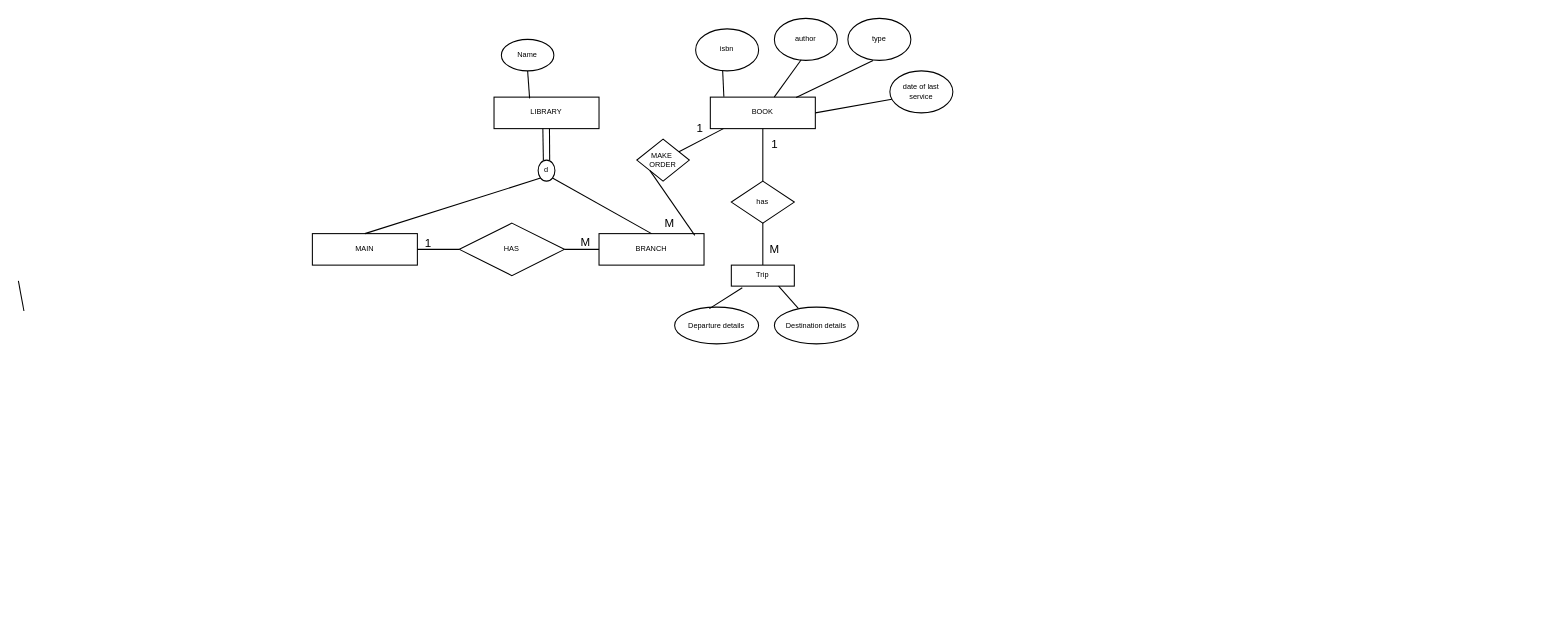
Earlier version of the draw.io diagram page "Q3-CHEN" (9 of 9) of DBDESIGN-ASS1.drawio (nurezzajeslin/week3). Source tidied: cells renumbered, new cells numbered last; positions are measured from the earlier drawing's top-left corner, leaving out a move shared by most shapes. Both pictures are drawn from the tidied source at 105%, with x=0, y=0 at pixel (18, 18).
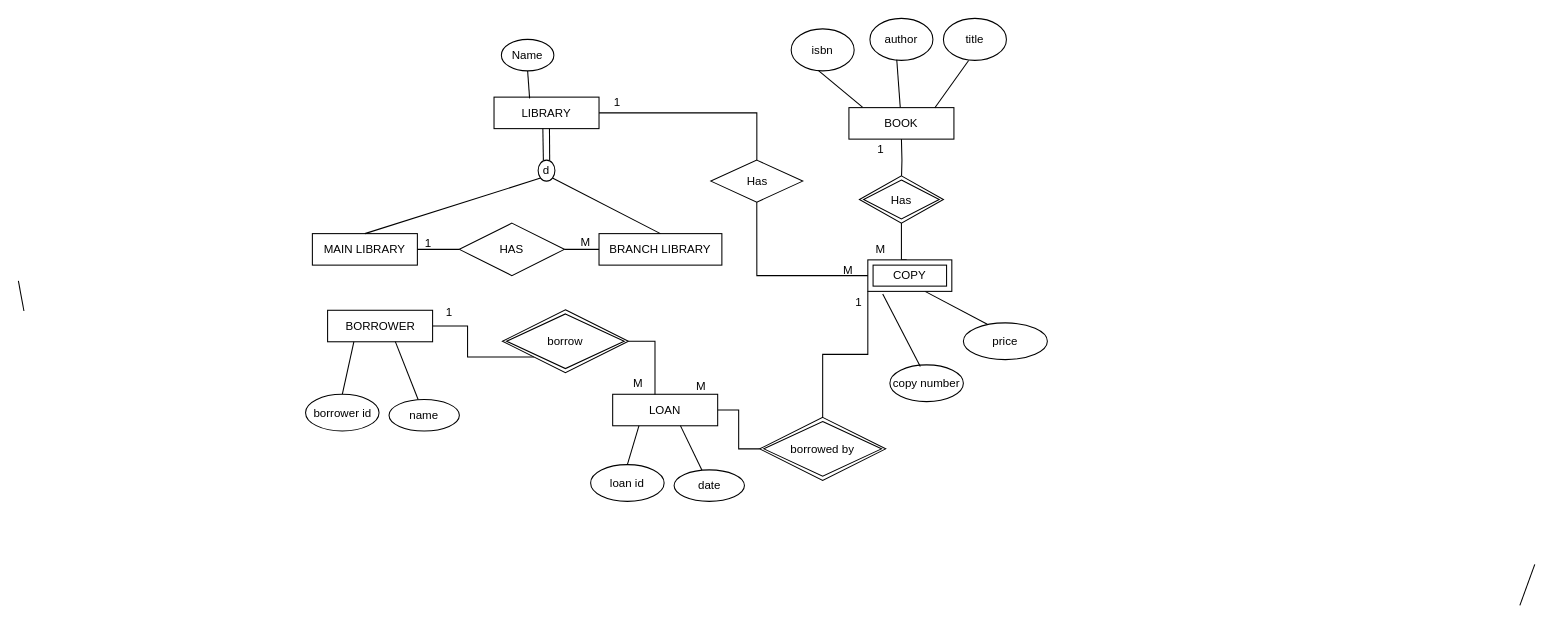
After the change.

The edit, as a diff of the source:
```diff
@@
+    <mxCell id="42" style="edgeStyle=orthogonalEdgeStyle;rounded=0;jettySize=auto;html=1;exitX=1;exitY=0.5;exitDx=0;exitDy=0;fontSize=11;startArrow=none;startFill=0;endArrow=none;endFill=0;" parent="1" edge="1" source="2" target="61">
+      <mxGeometry relative="1" as="geometry" />
+    </mxCell>
-    <mxCell id="2" value="LIBRARY" style="whiteSpace=wrap;html=1;align=center;fontSize=7;strokeWidth=1;" parent="1" vertex="1">
+    <mxCell id="2" value="LIBRARY" style="whiteSpace=wrap;html=1;align=center;fontSize=11;strokeWidth=1;" parent="1" vertex="1">
       <mxGeometry x="453" y="75" width="100" height="30" as="geometry" />
     </mxCell>
-    <mxCell id="3" value="MAIN" style="whiteSpace=wrap;html=1;align=center;fontSize=7;strokeWidth=1;" parent="1" vertex="1">
+    <mxCell id="3" value="MAIN LIBRARY" style="whiteSpace=wrap;html=1;align=center;fontSize=11;strokeWidth=1;" parent="1" vertex="1">
       <mxGeometry x="280" y="205" width="100" height="30" as="geometry" />
     </mxCell>
-    <mxCell id="4" value="BRANCH" style="whiteSpace=wrap;html=1;align=center;fontSize=7;strokeWidth=1;" parent="1" vertex="1">
-      <mxGeometry x="553" y="205" width="100" height="30" as="geometry" />
+    <mxCell id="4" value="BRANCH LIBRARY" style="whiteSpace=wrap;html=1;align=center;fontSize=11;strokeWidth=1;" parent="1" vertex="1">
+      <mxGeometry x="553" y="205" width="117" height="30" as="geometry" />
     </mxCell>
-    <mxCell id="5" style="endArrow=none;html=1;rounded=0;fontSize=7;" parent="1" edge="1">
+    <mxCell id="5" style="endArrow=none;html=1;rounded=0;fontSize=11;" parent="1" edge="1">
       <mxGeometry relative="1" as="geometry">
         <mxPoint x="499.5" y="105" as="sourcePoint" />
         <mxPoint x="500" y="135" as="targetPoint" />
       </mxGeometry>
     </mxCell>
-    <mxCell id="6" style="endArrow=none;html=1;rounded=0;fontSize=7;" parent="1" edge="1">
+    <mxCell id="6" style="endArrow=none;html=1;rounded=0;fontSize=11;" parent="1" edge="1">
       <mxGeometry relative="1" as="geometry">
         <mxPoint x="505.8" y="105" as="sourcePoint" />
         <mxPoint x="506" y="135" as="targetPoint" />
         <Array as="points">
           <mxPoint x="506.2" y="105" />
         </Array>
       </mxGeometry>
     </mxCell>
-    <mxCell id="7" value="d" style="ellipse;whiteSpace=wrap;html=1;align=center;fontSize=7;strokeWidth=1;" parent="1" vertex="1">
+    <mxCell id="7" value="d" style="ellipse;whiteSpace=wrap;html=1;align=center;fontSize=11;strokeWidth=1;" parent="1" vertex="1">
       <mxGeometry x="495" y="135" width="16" height="20" as="geometry" />
     </mxCell>
-    <mxCell id="8" style="endArrow=none;html=1;rounded=0;fontSize=7;entryX=0;entryY=1;entryDx=0;entryDy=0;exitX=0.5;exitY=0;exitDx=0;exitDy=0;" parent="1" edge="1" source="3" target="7">
+    <mxCell id="8" style="endArrow=none;html=1;rounded=0;fontSize=11;entryX=0;entryY=1;entryDx=0;entryDy=0;exitX=0.5;exitY=0;exitDx=0;exitDy=0;" parent="1" edge="1" source="3" target="7">
       <mxGeometry relative="1" as="geometry" />
     </mxCell>
-    <mxCell id="9" style="endArrow=none;html=1;rounded=0;fontSize=7;entryX=1;entryY=1;entryDx=0;entryDy=0;exitX=0.5;exitY=0;exitDx=0;exitDy=0;" parent="1" edge="1" source="4" target="7">
+    <mxCell id="9" style="endArrow=none;html=1;rounded=0;fontSize=11;entryX=1;entryY=1;entryDx=0;entryDy=0;exitX=0.5;exitY=0;exitDx=0;exitDy=0;" parent="1" edge="1" source="4" target="7">
       <mxGeometry relative="1" as="geometry" />
     </mxCell>
-    <mxCell id="10" value="BOOK" style="whiteSpace=wrap;html=1;align=center;fontSize=7;strokeWidth=1;" parent="1" vertex="1">
-      <mxGeometry x="659" y="75" width="100" height="30" as="geometry" />
+    <mxCell id="10" value="BOOK" style="whiteSpace=wrap;html=1;align=center;fontSize=11;strokeWidth=1;" parent="1" vertex="1">
+      <mxGeometry x="791" y="85" width="100" height="30" as="geometry" />
     </mxCell>
-    <mxCell id="11" value="isbn" style="ellipse;whiteSpace=wrap;html=1;align=center;fontSize=7;strokeWidth=1;" parent="1" vertex="1">
-      <mxGeometry x="645" y="10" width="60" height="40" as="geometry" />
+    <mxCell id="11" value="isbn" style="ellipse;whiteSpace=wrap;html=1;align=center;fontSize=11;strokeWidth=1;" parent="1" vertex="1">
+      <mxGeometry x="736" y="10" width="60" height="40" as="geometry" />
     </mxCell>
-    <mxCell id="12" value="author" style="ellipse;whiteSpace=wrap;html=1;align=center;fontSize=7;strokeWidth=1;" parent="1" vertex="1">
-      <mxGeometry x="720" width="60" height="40" as="geometry" />
+    <mxCell id="12" value="author" style="ellipse;whiteSpace=wrap;html=1;align=center;fontSize=11;strokeWidth=1;" parent="1" vertex="1">
+      <mxGeometry x="811" width="60" height="40" as="geometry" />
     </mxCell>
-    <mxCell id="13" style="endArrow=none;html=1;rounded=0;fontSize=7;exitX=0.339;exitY=0.04;exitDx=0;exitDy=0;exitPerimeter=0;entryX=0.5;entryY=1;entryDx=0;entryDy=0;" parent="1" edge="1" source="2" target="14">
+    <mxCell id="13" style="endArrow=none;html=1;rounded=0;fontSize=11;exitX=0.339;exitY=0.04;exitDx=0;exitDy=0;exitPerimeter=0;entryX=0.5;entryY=1;entryDx=0;entryDy=0;" parent="1" edge="1" source="2" target="14">
       <mxGeometry relative="1" as="geometry" />
     </mxCell>
-    <mxCell id="14" value="&lt;font style=&quot;font-size: 7px&quot;&gt;Name&lt;/font&gt;" style="ellipse;whiteSpace=wrap;html=1;align=center;fontSize=7;strokeWidth=1;" parent="1" vertex="1">
+    <mxCell id="14" value="&lt;font style=&quot;font-size: 11px;&quot;&gt;Name&lt;/font&gt;" style="ellipse;whiteSpace=wrap;html=1;align=center;fontSize=11;strokeWidth=1;" parent="1" vertex="1">
       <mxGeometry x="460" y="20" width="50" height="30" as="geometry" />
     </mxCell>
-    <mxCell id="15" style="edgeStyle=orthogonalEdgeStyle;rounded=0;jettySize=auto;html=1;fontSize=7;startArrow=none;startFill=0;endArrow=none;endFill=0;" parent="1" edge="1" source="17" target="3">
+    <mxCell id="15" style="edgeStyle=orthogonalEdgeStyle;rounded=0;jettySize=auto;html=1;fontSize=11;startArrow=none;startFill=0;endArrow=none;endFill=0;" parent="1" edge="1" source="17" target="3">
       <mxGeometry relative="1" as="geometry" />
     </mxCell>
-    <mxCell id="16" style="edgeStyle=orthogonalEdgeStyle;rounded=0;jettySize=auto;html=1;fontSize=7;startArrow=none;startFill=0;endArrow=none;endFill=0;" parent="1" edge="1" source="17" target="4">
+    <mxCell id="16" style="edgeStyle=orthogonalEdgeStyle;rounded=0;jettySize=auto;html=1;fontSize=11;startArrow=none;startFill=0;endArrow=none;endFill=0;" parent="1" edge="1" source="17" target="4">
       <mxGeometry relative="1" as="geometry" />
     </mxCell>
-    <mxCell id="17" value="HAS" style="shape=rhombus;perimeter=rhombusPerimeter;whiteSpace=wrap;html=1;align=center;fontSize=7;strokeWidth=1;" parent="1" vertex="1">
+    <mxCell id="17" value="HAS" style="shape=rhombus;perimeter=rhombusPerimeter;whiteSpace=wrap;html=1;align=center;fontSize=11;strokeWidth=1;" parent="1" vertex="1">
       <mxGeometry x="420" y="195" width="100" height="50" as="geometry" />
     </mxCell>
-    <mxCell id="18" style="endArrow=none;html=1;rounded=0;fontSize=7;entryX=0.437;entryY=1.048;entryDx=0;entryDy=0;entryPerimeter=0;" parent="1" edge="1">
+    <mxCell id="18" style="endArrow=none;html=1;rounded=0;fontSize=11;entryX=0.437;entryY=1.048;entryDx=0;entryDy=0;entryPerimeter=0;" parent="1" edge="1">
       <mxGeometry relative="1" as="geometry">
         <mxPoint x="5.3" y="278.7" as="sourcePoint" />
         <mxPoint y="250" as="targetPoint" />
       </mxGeometry>
     </mxCell>
-    <mxCell id="19" style="endArrow=none;html=1;rounded=0;fontSize=7;entryX=0.129;entryY=-0.015;entryDx=0;entryDy=0;entryPerimeter=0;exitX=0.429;exitY=0.99;exitDx=0;exitDy=0;exitPerimeter=0;" parent="1" edge="1" source="11" target="10">
+    <mxCell id="19" style="endArrow=none;html=1;rounded=0;fontSize=11;entryX=0.129;entryY=-0.015;entryDx=0;entryDy=0;entryPerimeter=0;exitX=0.429;exitY=0.99;exitDx=0;exitDy=0;exitPerimeter=0;" parent="1" edge="1" source="11" target="10">
       <mxGeometry relative="1" as="geometry" />
     </mxCell>
-    <mxCell id="20" style="endArrow=none;html=1;rounded=0;fontSize=7;entryX=0.426;entryY=0.986;entryDx=0;entryDy=0;entryPerimeter=0;" parent="1" edge="1" source="10" target="12">
+    <mxCell id="20" style="endArrow=none;html=1;rounded=0;fontSize=11;entryX=0.426;entryY=0.986;entryDx=0;entryDy=0;entryPerimeter=0;" parent="1" edge="1" source="10" target="12">
       <mxGeometry relative="1" as="geometry" />
     </mxCell>
-    <mxCell id="21" style="endArrow=none;html=1;rounded=0;fontSize=7;exitX=0.817;exitY=0.013;exitDx=0;exitDy=0;exitPerimeter=0;entryX=0.4;entryY=1.003;entryDx=0;entryDy=0;entryPerimeter=0;" parent="1" edge="1" source="10" target="22">
+    <mxCell id="21" style="endArrow=none;html=1;rounded=0;fontSize=11;exitX=0.817;exitY=0.013;exitDx=0;exitDy=0;exitPerimeter=0;entryX=0.4;entryY=1.003;entryDx=0;entryDy=0;entryPerimeter=0;" parent="1" edge="1" source="10" target="22">
       <mxGeometry relative="1" as="geometry" />
     </mxCell>
-    <mxCell id="22" value="type" style="ellipse;whiteSpace=wrap;html=1;align=center;fontSize=7;strokeWidth=1;" parent="1" vertex="1">
-      <mxGeometry x="790" width="60" height="40" as="geometry" />
+    <mxCell id="22" value="title" style="ellipse;whiteSpace=wrap;html=1;align=center;fontSize=11;strokeWidth=1;" parent="1" vertex="1">
+      <mxGeometry x="881" width="60" height="40" as="geometry" />
     </mxCell>
-    <mxCell id="23" style="endArrow=none;html=1;rounded=0;fontSize=7;exitX=1;exitY=0.5;exitDx=0;exitDy=0;entryX=0.031;entryY=0.674;entryDx=0;entryDy=0;entryPerimeter=0;" parent="1" edge="1" source="10" target="24">
-      <mxGeometry relative="1" as="geometry" />
-    </mxCell>
-    <mxCell id="24" value="date of last service" style="ellipse;whiteSpace=wrap;html=1;align=center;fontSize=7;strokeWidth=1;" parent="1" vertex="1">
-      <mxGeometry x="830" y="50" width="60" height="40" as="geometry" />
-    </mxCell>
-    <mxCell id="25" value="MAKE&amp;nbsp;&lt;br&gt;ORDER" style="shape=rhombus;perimeter=rhombusPerimeter;whiteSpace=wrap;html=1;align=center;fontSize=7;strokeWidth=1;" parent="1" vertex="1">
-      <mxGeometry x="589" y="115" width="50" height="40" as="geometry" />
-    </mxCell>
-    <mxCell id="26" style="endArrow=none;html=1;rounded=0;fontSize=7;entryX=0;entryY=1;entryDx=0;entryDy=0;exitX=0.912;exitY=0.054;exitDx=0;exitDy=0;startArrow=none;startFill=0;exitPerimeter=0;" parent="1" edge="1" source="4" target="25">
-      <mxGeometry relative="1" as="geometry" />
-    </mxCell>
-    <mxCell id="27" style="edgeStyle=orthogonalEdgeStyle;rounded=0;jettySize=auto;html=1;fontSize=7;startArrow=none;startFill=0;endArrow=none;endFill=0;" parent="1" edge="1" source="28" target="10">
-      <mxGeometry relative="1" as="geometry" />
+    <mxCell id="27" style="edgeStyle=orthogonalEdgeStyle;rounded=0;jettySize=auto;html=1;fontSize=11;startArrow=none;startFill=0;endArrow=none;endFill=0;" parent="1" edge="1" target="10">
+      <mxGeometry relative="1" as="geometry">
+        <mxPoint x="841" y="155" as="sourcePoint" />
+      </mxGeometry>
     </mxCell>
-    <mxCell id="28" value="has" style="shape=rhombus;perimeter=rhombusPerimeter;whiteSpace=wrap;html=1;align=center;fontSize=7;strokeWidth=1;" parent="1" vertex="1">
-      <mxGeometry x="679" y="155" width="60" height="40" as="geometry" />
-    </mxCell>
-    <mxCell id="29" value="Departure details" style="ellipse;whiteSpace=wrap;html=1;fontSize=7;strokeWidth=1;" parent="1" vertex="1">
-      <mxGeometry x="625" y="275" width="80" height="35" as="geometry" />
+    <mxCell id="29" value="copy number" style="ellipse;whiteSpace=wrap;html=1;fontSize=11;strokeWidth=1;" parent="1" vertex="1">
+      <mxGeometry x="830" y="330" width="70" height="35" as="geometry" />
     </mxCell>
-    <mxCell id="30" value="Destination details" style="ellipse;whiteSpace=wrap;html=1;fontSize=7;strokeWidth=1;" parent="1" vertex="1">
-      <mxGeometry x="720" y="275" width="80" height="35" as="geometry" />
+    <mxCell id="30" value="price" style="ellipse;whiteSpace=wrap;html=1;fontSize=11;strokeWidth=1;" parent="1" vertex="1">
+      <mxGeometry x="900" y="290" width="80" height="35" as="geometry" />
     </mxCell>
-    <mxCell id="31" style="endArrow=none;html=1;rounded=0;fontSize=7;exitX=0.414;exitY=0.041;exitDx=0;exitDy=0;exitPerimeter=0;entryX=0.174;entryY=1.079;entryDx=0;entryDy=0;entryPerimeter=0;" parent="1" edge="1" source="29" target="33">
-      <mxGeometry relative="1" as="geometry" />
+    <mxCell id="31" style="endArrow=none;html=1;rounded=0;fontSize=11;exitX=0.414;exitY=0.041;exitDx=0;exitDy=0;exitPerimeter=0;entryX=0.174;entryY=1.079;entryDx=0;entryDy=0;entryPerimeter=0;" parent="1" edge="1" source="29">
+      <mxGeometry relative="1" as="geometry">
+        <mxPoint x="823.2" y="262.4" as="targetPoint" />
+      </mxGeometry>
     </mxCell>
-    <mxCell id="32" style="edgeStyle=orthogonalEdgeStyle;rounded=0;jettySize=auto;html=1;fontSize=7;startArrow=none;startFill=0;endArrow=none;endFill=0;exitX=0.5;exitY=0;exitDx=0;exitDy=0;entryX=0.5;entryY=1;entryDx=0;entryDy=0;" parent="1" edge="1" source="33" target="28">
-      <mxGeometry relative="1" as="geometry" />
+    <mxCell id="32" style="edgeStyle=orthogonalEdgeStyle;rounded=0;orthogonalLoop=1;jettySize=auto;html=1;fontSize=11;startArrow=none;startFill=0;endArrow=none;endFill=0;exitX=0.5;exitY=0;exitDx=0;exitDy=0;entryX=0.5;entryY=1;entryDx=0;entryDy=0;" parent="1" edge="1">
+      <mxGeometry relative="1" as="geometry">
+        <mxPoint x="846" y="230" as="sourcePoint" />
+        <mxPoint x="841" y="195" as="targetPoint" />
+      </mxGeometry>
     </mxCell>
-    <mxCell id="33" value="Trip" style="whiteSpace=wrap;html=1;align=center;fontSize=7;strokeWidth=1;" parent="1" vertex="1">
-      <mxGeometry x="679" y="235" width="60" height="20" as="geometry" />
-    </mxCell>
-    <mxCell id="34" style="endArrow=none;html=1;rounded=0;fontSize=7;exitX=0.285;exitY=0.035;exitDx=0;exitDy=0;exitPerimeter=0;entryX=0.75;entryY=1;entryDx=0;entryDy=0;" parent="1" edge="1" source="30" target="33">
-      <mxGeometry relative="1" as="geometry" />
+    <mxCell id="34" style="endArrow=none;html=1;rounded=0;fontSize=11;exitX=0.285;exitY=0.035;exitDx=0;exitDy=0;exitPerimeter=0;entryX=0.75;entryY=1;entryDx=0;entryDy=0;" parent="1" edge="1" source="30">
+      <mxGeometry relative="1" as="geometry">
+        <mxPoint x="863.5" y="260" as="targetPoint" />
+      </mxGeometry>
     </mxCell>
@@
-    <mxCell id="37" style="endArrow=none;html=1;rounded=0;fontSize=11;entryX=0.125;entryY=1.001;entryDx=0;entryDy=0;entryPerimeter=0;" parent="1" edge="1" source="25" target="10">
-      <mxGeometry relative="1" as="geometry" />
-    </mxCell>
-    <mxCell id="38" value="1" style="text;html=1;align=center;verticalAlign=middle;strokeColor=none;fillColor=none;fontSize=11;" parent="1" vertex="1">
-      <mxGeometry x="639" y="95" width="20" height="20" as="geometry" />
-    </mxCell>
-    <mxCell id="39" value="M" style="text;html=1;align=center;verticalAlign=middle;strokeColor=none;fillColor=none;fontSize=11;" parent="1" vertex="1">
-      <mxGeometry x="610" y="185" width="20" height="20" as="geometry" />
-    </mxCell>
     <mxCell id="40" value="1" style="text;html=1;align=center;verticalAlign=middle;strokeColor=none;fillColor=none;fontSize=11;" parent="1" vertex="1">
-      <mxGeometry x="710" y="110" width="20" height="20" as="geometry" />
+      <mxGeometry x="811" y="115" width="20" height="20" as="geometry" />
     </mxCell>
     <mxCell id="41" value="M" style="text;html=1;align=center;verticalAlign=middle;strokeColor=none;fillColor=none;fontSize=11;" parent="1" vertex="1">
-      <mxGeometry x="710" y="210" width="20" height="20" as="geometry" />
+      <mxGeometry x="811" y="210" width="20" height="20" as="geometry" />
     </mxCell>
+    <mxCell id="43" value="Has" style="shape=rhombus;double=1;perimeter=rhombusPerimeter;whiteSpace=wrap;html=1;align=center;fontSize=11;" parent="1" vertex="1">
+      <mxGeometry x="801" y="150" width="80" height="45" as="geometry" />
+    </mxCell>
+    <mxCell id="44" value="COPY" style="shape=ext;margin=3;double=1;whiteSpace=wrap;html=1;align=center;fontSize=11;" parent="1" vertex="1">
+      <mxGeometry x="809" y="230" width="80" height="30" as="geometry" />
+    </mxCell>
+    <mxCell id="45" value="1" style="text;html=1;align=center;verticalAlign=middle;strokeColor=none;fillColor=none;fontSize=11;" parent="1" vertex="1">
+      <mxGeometry x="560" y="70" width="20" height="20" as="geometry" />
+    </mxCell>
+    <mxCell id="46" value="M" style="text;html=1;align=center;verticalAlign=middle;strokeColor=none;fillColor=none;fontSize=11;" parent="1" vertex="1">
+      <mxGeometry x="780" y="230" width="20" height="20" as="geometry" />
+    </mxCell>
+    <mxCell id="47" style="edgeStyle=orthogonalEdgeStyle;rounded=0;jettySize=auto;html=1;exitX=1;exitY=0.5;exitDx=0;exitDy=0;entryX=0;entryY=1;entryDx=0;entryDy=0;fontSize=11;startArrow=none;startFill=0;endArrow=none;endFill=0;" parent="1" edge="1" source="48" target="65">
+      <mxGeometry relative="1" as="geometry" />
+    </mxCell>
+    <mxCell id="48" value="BORROWER" style="whiteSpace=wrap;html=1;align=center;fontSize=11;strokeWidth=1;" parent="1" vertex="1">
+      <mxGeometry x="294.5" y="278" width="100" height="30" as="geometry" />
+    </mxCell>
+    <mxCell id="49" style="endArrow=none;html=1;rounded=0;fontSize=11;exitX=0.414;exitY=0.041;exitDx=0;exitDy=0;exitPerimeter=0;entryX=0.174;entryY=1.079;entryDx=0;entryDy=0;entryPerimeter=0;" parent="1" edge="1">
+      <mxGeometry relative="1" as="geometry">
+        <mxPoint x="1430" y="559.1" as="sourcePoint" />
+        <mxPoint x="1444.2" y="520" as="targetPoint" />
+      </mxGeometry>
+    </mxCell>
+    <mxCell id="50" style="endArrow=none;html=1;rounded=0;fontSize=11;exitX=0.5;exitY=0;exitDx=0;exitDy=0;entryX=0.25;entryY=1;entryDx=0;entryDy=0;" parent="1" edge="1" source="51" target="48">
+      <mxGeometry relative="1" as="geometry" />
+    </mxCell>
+    <mxCell id="51" value="borrower id" style="ellipse;whiteSpace=wrap;html=1;fontSize=11;strokeWidth=1;" parent="1" vertex="1">
+      <mxGeometry x="273.5" y="358" width="70" height="35" as="geometry" />
+    </mxCell>
+    <mxCell id="52" style="endArrow=none;html=1;rounded=0;fontSize=11;entryX=0.645;entryY=0.995;entryDx=0;entryDy=0;entryPerimeter=0;" parent="1" edge="1" source="53" target="48">
+      <mxGeometry relative="1" as="geometry" />
+    </mxCell>
+    <mxCell id="53" value="name" style="ellipse;whiteSpace=wrap;html=1;fontSize=11;strokeWidth=1;" parent="1" vertex="1">
+      <mxGeometry x="353" y="363" width="67" height="30" as="geometry" />
+    </mxCell>
+    <mxCell id="54" style="edgeStyle=orthogonalEdgeStyle;rounded=0;jettySize=auto;html=1;exitX=1;exitY=0.5;exitDx=0;exitDy=0;fontSize=11;startArrow=none;startFill=0;endArrow=none;endFill=0;" parent="1" edge="1" source="55" target="63">
+      <mxGeometry relative="1" as="geometry" />
+    </mxCell>
+    <mxCell id="55" value="LOAN" style="whiteSpace=wrap;html=1;align=center;fontSize=11;strokeWidth=1;" parent="1" vertex="1">
+      <mxGeometry x="566" y="358" width="100" height="30" as="geometry" />
+    </mxCell>
+    <mxCell id="56" style="endArrow=none;html=1;rounded=0;fontSize=11;exitX=0.5;exitY=0;exitDx=0;exitDy=0;entryX=0.25;entryY=1;entryDx=0;entryDy=0;" parent="1" edge="1" source="57" target="55">
+      <mxGeometry relative="1" as="geometry" />
+    </mxCell>
+    <mxCell id="57" value="loan id" style="ellipse;whiteSpace=wrap;html=1;fontSize=11;strokeWidth=1;" parent="1" vertex="1">
+      <mxGeometry x="545" y="425" width="70" height="35" as="geometry" />
+    </mxCell>
+    <mxCell id="58" style="endArrow=none;html=1;rounded=0;fontSize=11;entryX=0.645;entryY=0.995;entryDx=0;entryDy=0;entryPerimeter=0;" parent="1" edge="1" source="59" target="55">
+      <mxGeometry relative="1" as="geometry" />
+    </mxCell>
+    <mxCell id="59" value="date" style="ellipse;whiteSpace=wrap;html=1;fontSize=11;strokeWidth=1;" parent="1" vertex="1">
+      <mxGeometry x="624.5" y="430" width="67" height="30" as="geometry" />
+    </mxCell>
+    <mxCell id="60" style="edgeStyle=orthogonalEdgeStyle;rounded=0;jettySize=auto;html=1;exitX=0.5;exitY=1;exitDx=0;exitDy=0;entryX=0;entryY=0.5;entryDx=0;entryDy=0;fontSize=11;startArrow=none;startFill=0;endArrow=none;endFill=0;" parent="1" edge="1" source="61" target="44">
+      <mxGeometry relative="1" as="geometry" />
+    </mxCell>
+    <mxCell id="61" value="Has" style="shape=rhombus;perimeter=rhombusPerimeter;whiteSpace=wrap;html=1;align=center;fontSize=11;" parent="1" vertex="1">
+      <mxGeometry x="659.5" y="135" width="87.5" height="40" as="geometry" />
+    </mxCell>
+    <mxCell id="62" style="edgeStyle=orthogonalEdgeStyle;rounded=0;jettySize=auto;html=1;exitX=0.5;exitY=0;exitDx=0;exitDy=0;entryX=0;entryY=1;entryDx=0;entryDy=0;fontSize=11;startArrow=none;startFill=0;endArrow=none;endFill=0;" parent="1" edge="1" source="63" target="44">
+      <mxGeometry relative="1" as="geometry" />
+    </mxCell>
+    <mxCell id="63" value="borrowed by" style="shape=rhombus;double=1;perimeter=rhombusPerimeter;whiteSpace=wrap;html=1;align=center;fontSize=11;" parent="1" vertex="1">
+      <mxGeometry x="706" y="380" width="120" height="60" as="geometry" />
+    </mxCell>
+    <mxCell id="64" style="edgeStyle=orthogonalEdgeStyle;rounded=0;jettySize=auto;html=1;exitX=1;exitY=0.5;exitDx=0;exitDy=0;fontSize=11;startArrow=none;startFill=0;endArrow=none;endFill=0;entryX=0.403;entryY=0.011;entryDx=0;entryDy=0;entryPerimeter=0;" parent="1" edge="1" source="65" target="55">
+      <mxGeometry relative="1" as="geometry" />
+    </mxCell>
+    <mxCell id="65" value="borrow" style="shape=rhombus;double=1;perimeter=rhombusPerimeter;whiteSpace=wrap;html=1;align=center;fontSize=11;" parent="1" vertex="1">
+      <mxGeometry x="461" y="277.5" width="120" height="60" as="geometry" />
+    </mxCell>
+    <mxCell id="66" value="1" style="text;html=1;align=center;verticalAlign=middle;strokeColor=none;fillColor=none;fontSize=11;" parent="1" vertex="1">
+      <mxGeometry x="400" y="270" width="20" height="20" as="geometry" />
+    </mxCell>
+    <mxCell id="67" value="M" style="text;html=1;align=center;verticalAlign=middle;strokeColor=none;fillColor=none;fontSize=11;" parent="1" vertex="1">
+      <mxGeometry x="580" y="337.5" width="20" height="20" as="geometry" />
+    </mxCell>
+    <mxCell id="68" value="M" style="text;html=1;align=center;verticalAlign=middle;strokeColor=none;fillColor=none;fontSize=11;" parent="1" vertex="1">
+      <mxGeometry x="640" y="340" width="20" height="20" as="geometry" />
+    </mxCell>
+    <mxCell id="69" value="1" style="text;html=1;align=center;verticalAlign=middle;strokeColor=none;fillColor=none;fontSize=11;" parent="1" vertex="1">
+      <mxGeometry x="790" y="260" width="20" height="20" as="geometry" />
+    </mxCell>
```
